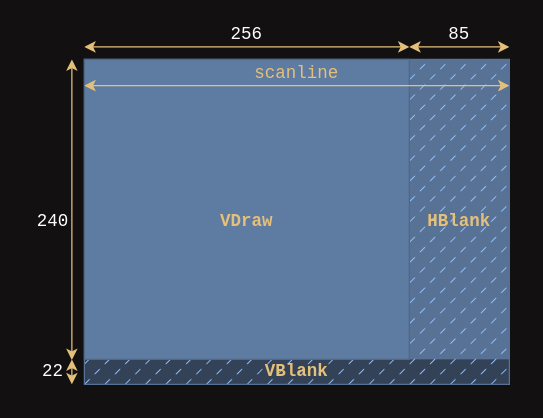
The draw.io diagram public/editables/rendering.drawio.xml in afska/emudevz, before the edit. Source tidied: cells renumbered, new cells numbered last; positions are measured from the earlier drawing's top-left corner, leaving out a move shared by most shapes. Both pictures are drawn from the tidied source at 125%, with x=0, y=0 at pixel (21, 21).
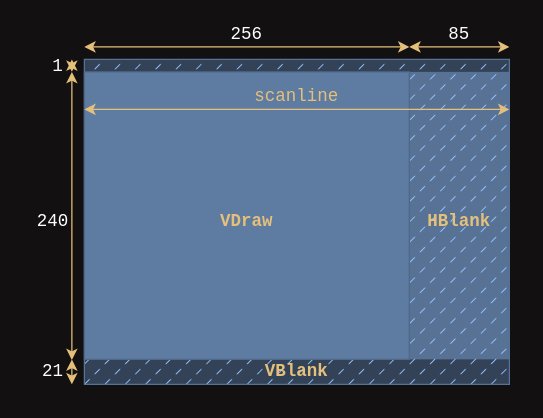
The same page after the edit.

Unchanged cells that the change refers to:
```xml
<mxCell id="4" style="group;" parent="1" vertex="1">
  <mxGeometry width="390" height="290" as="geometry" />
</mxCell>
```

Change to the diagram source:
```diff
@@
+    <mxCell id="20" style="rounded=0;whiteSpace=wrap;html=1;fillColor=#334257;strokeColor=none;" parent="4" vertex="1">
+      <mxGeometry x="50" y="30" width="340" height="10" as="geometry" />
+    </mxCell>
@@
     <mxCell id="6" style="rounded=0;whiteSpace=wrap;html=1;strokeColor=#4F6887;fillColor=#5E7BA1;" parent="4" vertex="1">
-      <mxGeometry x="50" y="30" width="260" height="240" as="geometry" />
+      <mxGeometry x="50" y="40" width="260" height="230" as="geometry" />
     </mxCell>
@@
     <mxCell id="11" style="endArrow=classic;startArrow=classic;html=1;rounded=0;strokeColor=#e5c07b;" parent="4" edge="1">
       <mxGeometry relative="1" as="geometry">
-        <mxPoint x="40" y="30" as="sourcePoint" />
+        <mxPoint x="40" y="40" as="sourcePoint" />
         <mxPoint x="40" y="270.6" as="targetPoint" />
       </mxGeometry>
     </mxCell>
@@
-    <mxCell id="13" value="&lt;font style=&quot;font-size: 14px;&quot; face=&quot;Courier New&quot; color=&quot;#ffffff&quot;&gt;22&lt;/font&gt;" style="text;align=center;html=1;verticalAlign=middle;whiteSpace=wrap;rounded=0;" parent="4" vertex="1">
+    <mxCell id="13" value="&lt;font style=&quot;font-size: 14px;&quot; face=&quot;Courier New&quot; color=&quot;#ffffff&quot;&gt;21&lt;/font&gt;" style="text;align=center;html=1;verticalAlign=middle;whiteSpace=wrap;rounded=0;" parent="4" vertex="1">
       <mxGeometry y="270" width="50" height="20" as="geometry" />
     </mxCell>
@@
     <mxCell id="15" style="endArrow=classic;startArrow=classic;html=1;rounded=0;strokeColor=#e5c07b;exitX=0;exitY=0.25;exitDx=0;exitDy=0;" parent="4" edge="1">
       <mxGeometry relative="1" as="geometry">
-        <mxPoint x="50" y="51" as="sourcePoint" />
-        <mxPoint x="390" y="51" as="targetPoint" />
+        <mxPoint x="50" y="70" as="sourcePoint" />
+        <mxPoint x="390" y="70" as="targetPoint" />
       </mxGeometry>
     </mxCell>
     <mxCell id="16" value="&lt;font color=&quot;#e5c07b&quot; style=&quot;font-size: 14px;&quot; face=&quot;Courier New&quot;&gt;scanline&lt;/font&gt;" style="text;align=center;html=1;verticalAlign=middle;whiteSpace=wrap;rounded=0;" parent="4" vertex="1">
-      <mxGeometry x="190" y="31" width="60" height="20" as="geometry" />
+      <mxGeometry x="190" y="50" width="60" height="20" as="geometry" />
     </mxCell>
@@
+    <mxCell id="21" value="&lt;font style=&quot;font-size: 14px;&quot; face=&quot;Courier New&quot; color=&quot;#ffffff&quot;&gt;1&lt;/font&gt;" style="text;align=center;html=1;verticalAlign=middle;whiteSpace=wrap;rounded=0;" parent="4" vertex="1">
+      <mxGeometry x="4" y="26" width="50" height="20" as="geometry" />
+    </mxCell>
+    <mxCell id="22" style="endArrow=classic;startArrow=classic;html=1;rounded=0;strokeColor=#e5c07b;" parent="4" edge="1">
+      <mxGeometry relative="1" as="geometry">
+        <mxPoint x="40" y="30" as="sourcePoint" />
+        <mxPoint x="40" y="40" as="targetPoint" />
+        <Array as="points">
+          <mxPoint x="40" y="40" />
+        </Array>
+      </mxGeometry>
+    </mxCell>
```
